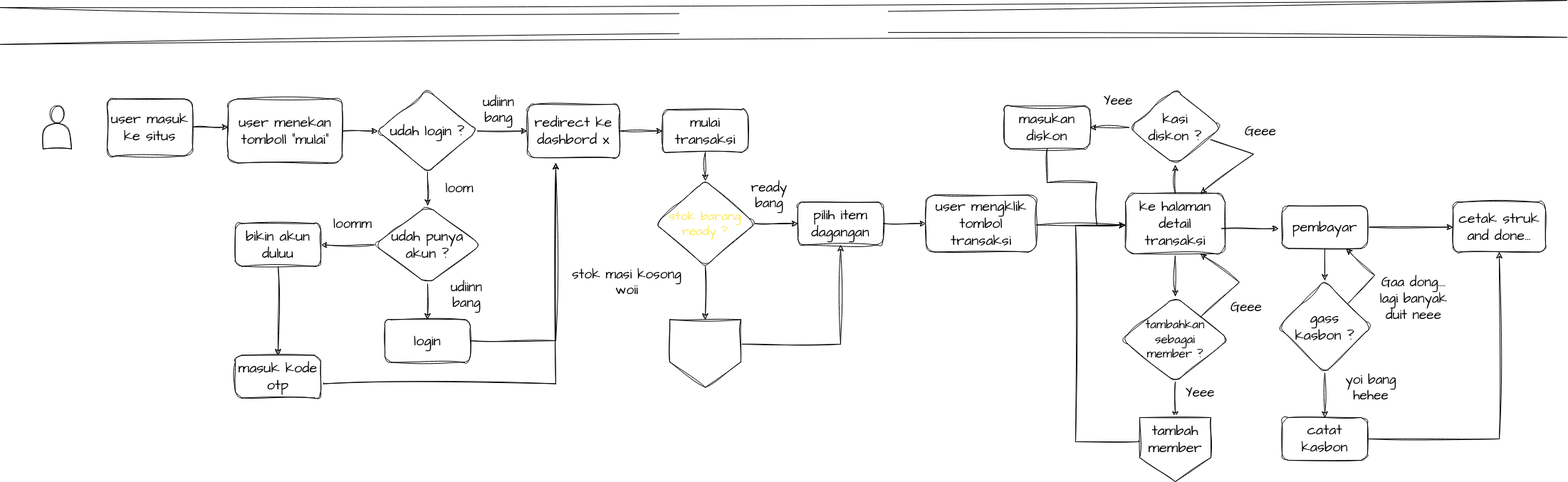
This is Untitled Diagram.drawio.png from Petrichor-Dev/mypos, a draw.io export, as it was before one commit. Source tidied: cells renumbered, new cells last; positions are measured from the earlier drawing's top-left corner, leaving out a move shared by most shapes.
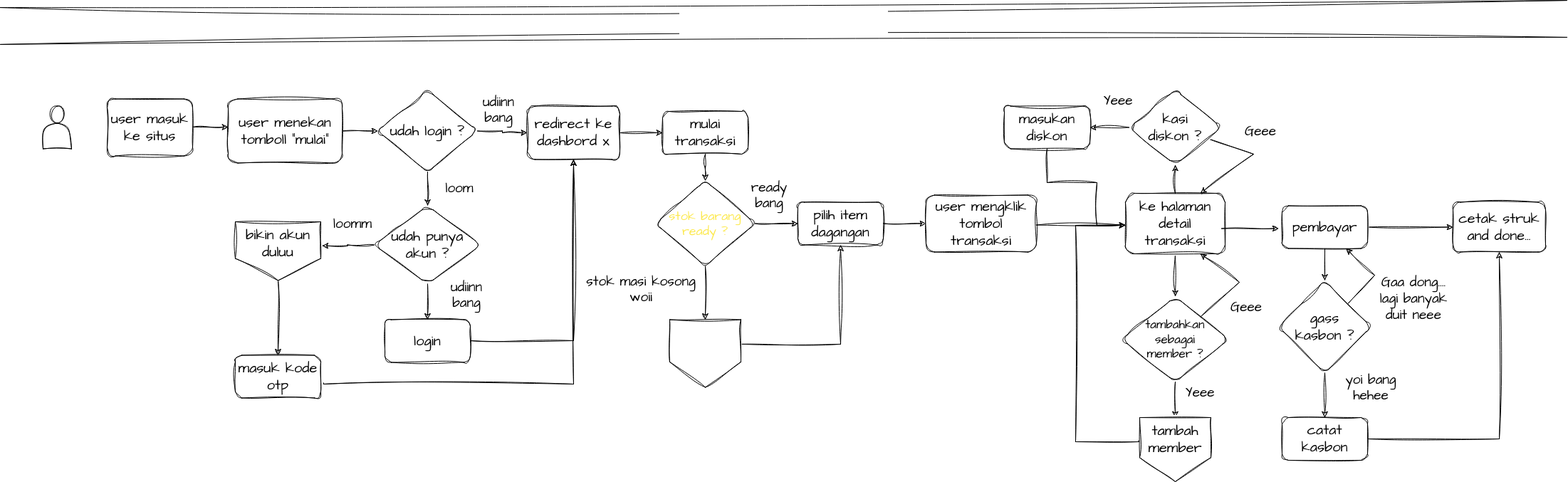
After the change.

Diff of the diagram source:
```diff
@@ -39,7 +39,7 @@
     <mxCell id="11" style="edgeStyle=orthogonalEdgeStyle;rounded=0;sketch=1;hachureGap=4;jiggle=2;curveFitting=1;jettySize=auto;html=1;fontFamily=Architects Daughter;fontSource=https%3A%2F%2Ffonts.googleapis.com%2Fcss%3Ffamily%3DArchitects%2BDaughter;fontSize=17;labelBackgroundColor=none;fontColor=default;" parent="1" edge="1" source="13" target="16">
       <mxGeometry relative="1" as="geometry" />
     </mxCell>
-    <mxCell id="12" style="edgeStyle=orthogonalEdgeStyle;rounded=0;sketch=1;hachureGap=4;jiggle=2;curveFitting=1;jettySize=auto;html=1;fontFamily=Architects Daughter;fontSource=https%3A%2F%2Ffonts.googleapis.com%2Fcss%3Ffamily%3DArchitects%2BDaughter;fontSize=20;labelBackgroundColor=none;fontColor=default;" parent="1" edge="1" source="13" target="23">
+    <mxCell id="12" style="edgeStyle=orthogonalEdgeStyle;rounded=0;sketch=1;hachureGap=4;jiggle=2;curveFitting=1;jettySize=auto;html=1;fontFamily=Architects Daughter;fontSource=https%3A%2F%2Ffonts.googleapis.com%2Fcss%3Ffamily%3DArchitects%2BDaughter;fontSize=20;labelBackgroundColor=none;fontColor=default;entryX=1.016;entryY=0.408;entryDx=0;entryDy=0;entryPerimeter=0;" parent="1" edge="1" source="13" target="23">
       <mxGeometry relative="1" as="geometry" />
     </mxCell>
     <mxCell id="13" value="udah punya akun ?" style="rhombus;whiteSpace=wrap;html=1;fontSize=20;fontFamily=Architects Daughter;rounded=1;sketch=1;curveFitting=1;jiggle=2;hachureGap=4;fontSource=https%3A%2F%2Ffonts.googleapis.com%2Fcss%3Ffamily%3DArchitects%2BDaughter;labelBackgroundColor=none;" parent="1" vertex="1">
@@ -49,15 +49,13 @@
       <mxGeometry relative="1" as="geometry" />
     </mxCell>
     <mxCell id="15" value="redirect ke dashbord x" style="whiteSpace=wrap;html=1;fontSize=20;fontFamily=Architects Daughter;rounded=1;sketch=1;curveFitting=1;jiggle=2;hachureGap=4;fontSource=https%3A%2F%2Ffonts.googleapis.com%2Fcss%3Ffamily%3DArchitects%2BDaughter;labelBackgroundColor=none;" parent="1" vertex="1">
-      <mxGeometry x="740" y="120" width="130" height="75" as="geometry" />
+      <mxGeometry x="740" y="122.5" width="130" height="75" as="geometry" />
     </mxCell>
     <mxCell id="16" value="login " style="rounded=1;whiteSpace=wrap;html=1;fontSize=20;fontFamily=Architects Daughter;sketch=1;curveFitting=1;jiggle=2;hachureGap=4;fontSource=https%3A%2F%2Ffonts.googleapis.com%2Fcss%3Ffamily%3DArchitects%2BDaughter;labelBackgroundColor=none;" parent="1" vertex="1">
       <mxGeometry x="540" y="422.5" width="120" height="60" as="geometry" />
     </mxCell>
-    <mxCell id="17" style="edgeStyle=orthogonalEdgeStyle;rounded=0;sketch=1;hachureGap=4;jiggle=2;curveFitting=1;jettySize=auto;html=1;fontFamily=Architects Daughter;fontSource=https%3A%2F%2Ffonts.googleapis.com%2Fcss%3Ffamily%3DArchitects%2BDaughter;fontSize=17;exitX=1;exitY=0.492;exitDx=0;exitDy=0;exitPerimeter=0;labelBackgroundColor=none;fontColor=default;" parent="1" edge="1" source="16">
-      <mxGeometry relative="1" as="geometry">
-        <mxPoint x="780" y="202.5" as="targetPoint" />
-      </mxGeometry>
+    <mxCell id="17" style="edgeStyle=orthogonalEdgeStyle;rounded=0;sketch=1;hachureGap=4;jiggle=2;curveFitting=1;jettySize=auto;html=1;fontFamily=Architects Daughter;fontSource=https%3A%2F%2Ffonts.googleapis.com%2Fcss%3Ffamily%3DArchitects%2BDaughter;fontSize=17;exitX=1;exitY=0.492;exitDx=0;exitDy=0;exitPerimeter=0;labelBackgroundColor=none;fontColor=default;entryX=0.5;entryY=1;entryDx=0;entryDy=0;" parent="1" edge="1" source="16" target="15">
+      <mxGeometry relative="1" as="geometry" />
     </mxCell>
     <mxCell id="18" value="&lt;font style=&quot;font-size: 19px;&quot;&gt;udiinn bang&lt;/font&gt;" style="text;strokeColor=none;align=center;fillColor=none;html=1;verticalAlign=middle;whiteSpace=wrap;rounded=0;sketch=1;hachureGap=4;jiggle=2;curveFitting=1;fontFamily=Architects Daughter;fontSource=https%3A%2F%2Ffonts.googleapis.com%2Fcss%3Ffamily%3DArchitects%2BDaughter;fontSize=19;labelBackgroundColor=none;" parent="1" vertex="1">
       <mxGeometry x="610" y="372.5" width="90" height="30" as="geometry" />
@@ -71,21 +69,17 @@
     <mxCell id="21" value="&lt;font style=&quot;font-size: 19px;&quot;&gt;loom&lt;/font&gt;" style="text;strokeColor=none;align=center;fillColor=none;html=1;verticalAlign=middle;whiteSpace=wrap;rounded=0;sketch=1;hachureGap=4;jiggle=2;curveFitting=1;fontFamily=Architects Daughter;fontSource=https%3A%2F%2Ffonts.googleapis.com%2Fcss%3Ffamily%3DArchitects%2BDaughter;fontSize=19;labelBackgroundColor=none;" parent="1" vertex="1">
       <mxGeometry x="615" y="222.5" width="60" height="30" as="geometry" />
     </mxCell>
-    <mxCell id="22" style="edgeStyle=orthogonalEdgeStyle;rounded=0;sketch=1;hachureGap=4;jiggle=2;curveFitting=1;jettySize=auto;html=1;fontFamily=Architects Daughter;fontSource=https%3A%2F%2Ffonts.googleapis.com%2Fcss%3Ffamily%3DArchitects%2BDaughter;fontSize=20;labelBackgroundColor=none;fontColor=default;" parent="1" edge="1" source="23" target="24">
+    <mxCell id="22" style="edgeStyle=orthogonalEdgeStyle;rounded=0;sketch=1;hachureGap=4;jiggle=2;curveFitting=1;jettySize=auto;html=1;fontFamily=Architects Daughter;fontSource=https%3A%2F%2Ffonts.googleapis.com%2Fcss%3Ffamily%3DArchitects%2BDaughter;fontSize=20;labelBackgroundColor=none;fontColor=default;exitX=0.5;exitY=1;exitDx=0;exitDy=0;" parent="1" edge="1" source="23" target="24">
       <mxGeometry relative="1" as="geometry" />
     </mxCell>
-    <mxCell id="23" value="bikin akun duluu" style="whiteSpace=wrap;html=1;fontSize=20;fontFamily=Architects Daughter;rounded=1;sketch=1;curveFitting=1;jiggle=2;hachureGap=4;fontSource=https%3A%2F%2Ffonts.googleapis.com%2Fcss%3Ffamily%3DArchitects%2BDaughter;labelBackgroundColor=none;" parent="1" vertex="1">
-      <mxGeometry x="330" y="287.5" width="120" height="60" as="geometry" />
-    </mxCell>
     <mxCell id="24" value="masuk kode otp" style="whiteSpace=wrap;html=1;fontSize=20;fontFamily=Architects Daughter;rounded=1;sketch=1;curveFitting=1;jiggle=2;hachureGap=4;fontSource=https%3A%2F%2Ffonts.googleapis.com%2Fcss%3Ffamily%3DArchitects%2BDaughter;labelBackgroundColor=none;" parent="1" vertex="1">
       <mxGeometry x="330" y="472.5" width="120" height="60" as="geometry" />
     </mxCell>
-    <mxCell id="25" style="edgeStyle=orthogonalEdgeStyle;rounded=0;sketch=1;hachureGap=4;jiggle=2;curveFitting=1;jettySize=auto;html=1;fontFamily=Architects Daughter;fontSource=https%3A%2F%2Ffonts.googleapis.com%2Fcss%3Ffamily%3DArchitects%2BDaughter;fontSize=17;exitX=1.033;exitY=0.65;exitDx=0;exitDy=0;exitPerimeter=0;labelBackgroundColor=none;fontColor=default;" parent="1" edge="1" source="24">
+    <mxCell id="25" style="edgeStyle=orthogonalEdgeStyle;rounded=0;sketch=1;hachureGap=4;jiggle=2;curveFitting=1;jettySize=auto;html=1;fontFamily=Architects Daughter;fontSource=https%3A%2F%2Ffonts.googleapis.com%2Fcss%3Ffamily%3DArchitects%2BDaughter;fontSize=17;exitX=1.033;exitY=0.65;exitDx=0;exitDy=0;exitPerimeter=0;labelBackgroundColor=none;fontColor=default;entryX=0.5;entryY=1;entryDx=0;entryDy=0;" parent="1" edge="1" source="24" target="15">
       <mxGeometry relative="1" as="geometry">
-        <mxPoint x="780" y="202.5" as="targetPoint" />
         <Array as="points">
-          <mxPoint x="454" y="512.5" />
-          <mxPoint x="780" y="512.5" />
+          <mxPoint x="454" y="513" />
+          <mxPoint x="805" y="513" />
         </Array>
       </mxGeometry>
     </mxCell>
@@ -93,7 +87,7 @@
       <mxGeometry relative="1" as="geometry" />
     </mxCell>
     <mxCell id="27" value="mulai transaksi" style="whiteSpace=wrap;html=1;fontSize=20;fontFamily=Architects Daughter;rounded=1;sketch=1;curveFitting=1;jiggle=2;hachureGap=4;fontSource=https%3A%2F%2Ffonts.googleapis.com%2Fcss%3Ffamily%3DArchitects%2BDaughter;labelBackgroundColor=none;" parent="1" vertex="1">
-      <mxGeometry x="930" y="127.5" width="120" height="60" as="geometry" />
+      <mxGeometry x="930" y="130" width="120" height="60" as="geometry" />
     </mxCell>
     <mxCell id="28" style="edgeStyle=orthogonalEdgeStyle;rounded=0;sketch=1;hachureGap=4;jiggle=2;curveFitting=1;jettySize=auto;html=1;fontFamily=Architects Daughter;fontSource=https%3A%2F%2Ffonts.googleapis.com%2Fcss%3Ffamily%3DArchitects%2BDaughter;fontSize=14;fontColor=default;labelBackgroundColor=none;" parent="1" edge="1" source="29" target="31">
       <mxGeometry relative="1" as="geometry" />
@@ -117,7 +111,7 @@
       <mxGeometry x="1050" y="232.5" width="60" height="30" as="geometry" />
     </mxCell>
     <mxCell id="35" value="&lt;font style=&quot;font-size: 19px;&quot;&gt;stok masi kosong woii &lt;/font&gt;" style="text;strokeColor=none;align=center;fillColor=none;html=1;verticalAlign=middle;whiteSpace=wrap;rounded=0;sketch=1;hachureGap=4;jiggle=2;curveFitting=1;fontFamily=Architects Daughter;fontSource=https%3A%2F%2Ffonts.googleapis.com%2Fcss%3Ffamily%3DArchitects%2BDaughter;fontSize=19;labelBackgroundColor=none;" parent="1" vertex="1">
-      <mxGeometry x="800" y="350" width="160" height="40" as="geometry" />
+      <mxGeometry x="820" y="360" width="160" height="40" as="geometry" />
     </mxCell>
     <mxCell id="36" style="edgeStyle=orthogonalEdgeStyle;rounded=0;sketch=1;hachureGap=4;jiggle=2;curveFitting=1;jettySize=auto;html=1;fontFamily=Architects Daughter;fontSource=https%3A%2F%2Ffonts.googleapis.com%2Fcss%3Ffamily%3DArchitects%2BDaughter;fontSize=17;fontColor=default;labelBackgroundColor=none;" parent="1" edge="1" source="38" target="41">
       <mxGeometry relative="1" as="geometry" />
@@ -258,5 +252,8 @@
     <mxCell id="70" value="tambah member" style="shape=offPageConnector;whiteSpace=wrap;html=1;sketch=1;hachureGap=4;jiggle=2;curveFitting=1;fontFamily=Architects Daughter;fontSource=https%3A%2F%2Ffonts.googleapis.com%2Fcss%3Ffamily%3DArchitects%2BDaughter;fontSize=20;verticalAlign=top;" parent="1" vertex="1">
       <mxGeometry x="1600" y="560" width="100" height="90" as="geometry" />
     </mxCell>
+    <mxCell id="23" value="bikin akun duluu" style="shape=offPageConnector;whiteSpace=wrap;html=1;sketch=1;hachureGap=4;jiggle=2;curveFitting=1;fontFamily=Architects Daughter;fontSource=https%3A%2F%2Ffonts.googleapis.com%2Fcss%3Ffamily%3DArchitects%2BDaughter;fontSize=20;verticalAlign=top;" parent="1" vertex="1">
+      <mxGeometry x="330" y="285" width="120" height="82.5" as="geometry" />
+    </mxCell>
   </root>
 </mxGraphModel>
```
